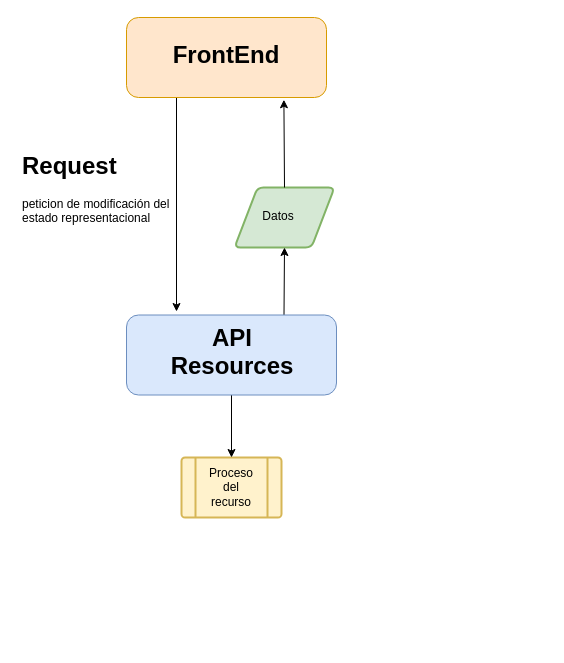
Before: documentacion/img/Flujo de Rest.drawio in david-espinosa-fari/TFM, a draw.io diagram. Source tidied: cells renumbered, new cells numbered last; positions are measured from the earlier drawing's top-left corner, leaving out a move shared by most shapes. Both pictures are drawn from the tidied source at 100%, with x=0, y=0 at pixel (17, 17).
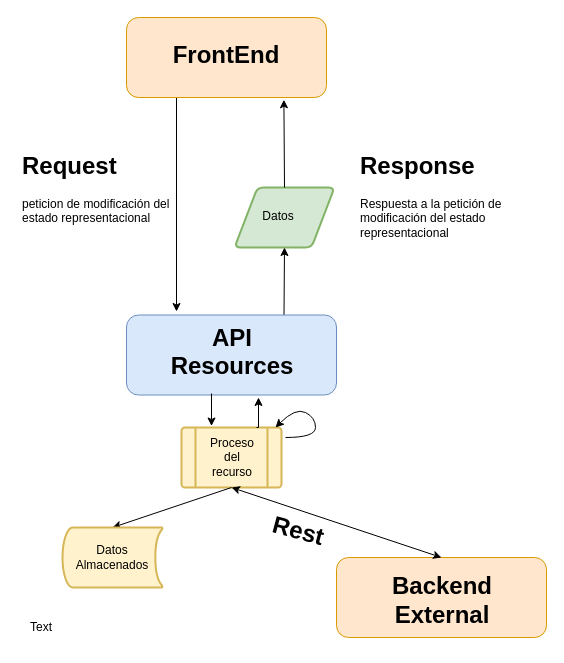
Above is the later version.

Unchanged cells that the change refers to:
```xml
<mxCell id="13" style="rounded=1;whiteSpace=wrap;html=1;fillColor=#dae8fc;strokeColor=#6c8ebf;" parent="1" vertex="1">
  <mxGeometry x="109" y="297.5" width="210" height="80" as="geometry" />
</mxCell>
```

The edit, as a diff of the source:
```diff
@@
-    <mxCell id="11" style="verticalLabelPosition=bottom;verticalAlign=top;html=1;strokeWidth=2;shape=process;whiteSpace=wrap;rounded=1;size=0.14;arcSize=6;align=center;fillColor=#fff2cc;strokeColor=#d6b656;" parent="1" vertex="1">
-      <mxGeometry x="164" y="440" width="100" height="60" as="geometry" />
-    </mxCell>
-    <mxCell id="12" style="edgeStyle=orthogonalEdgeStyle;rounded=0;jettySize=auto;html=1;" parent="1" edge="1" source="13" target="11">
-      <mxGeometry relative="1" as="geometry" />
-    </mxCell>
@@
+    <mxCell id="16" style="group;" parent="1" vertex="1">
+      <mxGeometry x="164" y="410" width="100" height="60" as="geometry" />
+    </mxCell>
+    <mxCell id="11" style="verticalLabelPosition=bottom;verticalAlign=top;html=1;strokeWidth=2;shape=process;whiteSpace=wrap;rounded=1;size=0.14;arcSize=6;align=center;fillColor=#fff2cc;strokeColor=#d6b656;" parent="16" vertex="1">
+      <mxGeometry width="100" height="60" as="geometry" />
+    </mxCell>
-    <mxCell id="15" value="Proceso del recurso" style="text;html=1;strokeColor=none;fillColor=none;align=center;verticalAlign=middle;whiteSpace=wrap;rounded=0;" parent="1" vertex="1">
-      <mxGeometry x="194" y="460" width="40" height="20" as="geometry" />
+    <mxCell id="15" value="Proceso del recurso" style="text;html=1;strokeColor=none;fillColor=none;align=center;verticalAlign=middle;whiteSpace=wrap;rounded=0;" parent="16" vertex="1">
+      <mxGeometry x="30.5" y="20" width="40" height="20" as="geometry" />
     </mxCell>
+    <mxCell id="17" style="endArrow=classic;html=1;exitX=0.5;exitY=1;exitDx=0;exitDy=0;entryX=0.5;entryY=0;entryDx=0;entryDy=0;entryPerimeter=0;" parent="1" edge="1" source="11" target="18">
+      <mxGeometry relative="1" as="geometry" />
+    </mxCell>
+    <mxCell id="18" style="strokeWidth=2;html=1;shape=mxgraph.flowchart.stored_data;whiteSpace=wrap;align=center;fillColor=#fff2cc;strokeColor=#d6b656;" parent="1" vertex="1">
+      <mxGeometry x="45" y="510" width="100" height="60" as="geometry" />
+    </mxCell>
+    <mxCell id="19" value="&lt;h1&gt;Response&lt;/h1&gt;&lt;p&gt;Respuesta a la petición de modificación del estado representacional&lt;/p&gt;" style="text;html=1;strokeColor=none;fillColor=none;spacing=5;spacingTop=-20;whiteSpace=wrap;overflow=hidden;rounded=0;" parent="1" vertex="1">
+      <mxGeometry x="338" y="129" width="190" height="120" as="geometry" />
+    </mxCell>
+    <mxCell id="20" value="Datos Almacenados" style="text;html=1;strokeColor=none;fillColor=none;align=center;verticalAlign=middle;whiteSpace=wrap;rounded=0;" parent="1" vertex="1">
+      <mxGeometry x="75" y="530" width="40" height="20" as="geometry" />
+    </mxCell>
+    <mxCell id="21" style="curved=1;endArrow=classic;html=1;" parent="1" edge="1">
+      <mxGeometry relative="1" as="geometry">
+        <mxPoint x="268" y="420" as="sourcePoint" />
+        <mxPoint x="258" y="410" as="targetPoint" />
+        <Array as="points">
+          <mxPoint x="298" y="420" />
+          <mxPoint x="298" y="400" />
+          <mxPoint x="278" y="390" />
+        </Array>
+      </mxGeometry>
+    </mxCell>
+    <mxCell id="22" value="Text" style="text;html=1;strokeColor=none;fillColor=none;align=center;verticalAlign=middle;whiteSpace=wrap;rounded=0;" parent="1" vertex="1">
+      <mxGeometry x="4" y="600" width="40" height="20" as="geometry" />
+    </mxCell>
+    <mxCell id="23" style="group;" parent="1" vertex="1">
+      <mxGeometry x="319" y="540" width="210" height="80" as="geometry" />
+    </mxCell>
+    <mxCell id="24" style="rounded=1;whiteSpace=wrap;html=1;fillColor=#ffe6cc;strokeColor=#d79b00;" parent="23" vertex="1">
+      <mxGeometry width="210" height="80" as="geometry" />
+    </mxCell>
+    <mxCell id="25" value="&lt;h1&gt;Backend External&lt;/h1&gt;" style="text;html=1;strokeColor=none;fillColor=none;align=center;verticalAlign=middle;whiteSpace=wrap;rounded=0;" parent="23" vertex="1">
+      <mxGeometry x="61.5" y="30" width="87.5" height="26.7" as="geometry" />
+    </mxCell>
+    <mxCell id="26" style="endArrow=classic;startArrow=classic;html=1;entryX=0.5;entryY=1;entryDx=0;entryDy=0;exitX=0.5;exitY=0;exitDx=0;exitDy=0;" parent="1" edge="1" source="24" target="11">
+      <mxGeometry relative="1" as="geometry" />
+    </mxCell>
+    <mxCell id="27" value="&lt;h1&gt;Rest&lt;/h1&gt;&lt;p&gt;&lt;br&gt;&lt;/p&gt;" style="text;html=1;strokeColor=none;fillColor=none;spacing=5;spacingTop=-20;whiteSpace=wrap;overflow=hidden;rounded=0;rotation=15;" parent="1" vertex="1">
+      <mxGeometry x="249" y="493" width="60" height="47" as="geometry" />
+    </mxCell>
+    <mxCell id="28" style="edgeStyle=orthogonalEdgeStyle;rounded=0;orthogonalLoop=1;jettySize=auto;html=1;" parent="1" edge="1">
+      <mxGeometry relative="1" as="geometry">
+        <mxPoint x="194" y="376" as="sourcePoint" />
+        <mxPoint x="194" y="408.5" as="targetPoint" />
+      </mxGeometry>
+    </mxCell>
+    <mxCell id="29" style="edgeStyle=orthogonalEdgeStyle;rounded=0;jettySize=auto;html=1;exitX=0.75;exitY=0;exitDx=0;exitDy=0;" parent="1" edge="1" source="11">
+      <mxGeometry relative="1" as="geometry">
+        <mxPoint x="241" y="380" as="targetPoint" />
+      </mxGeometry>
+    </mxCell>
```
